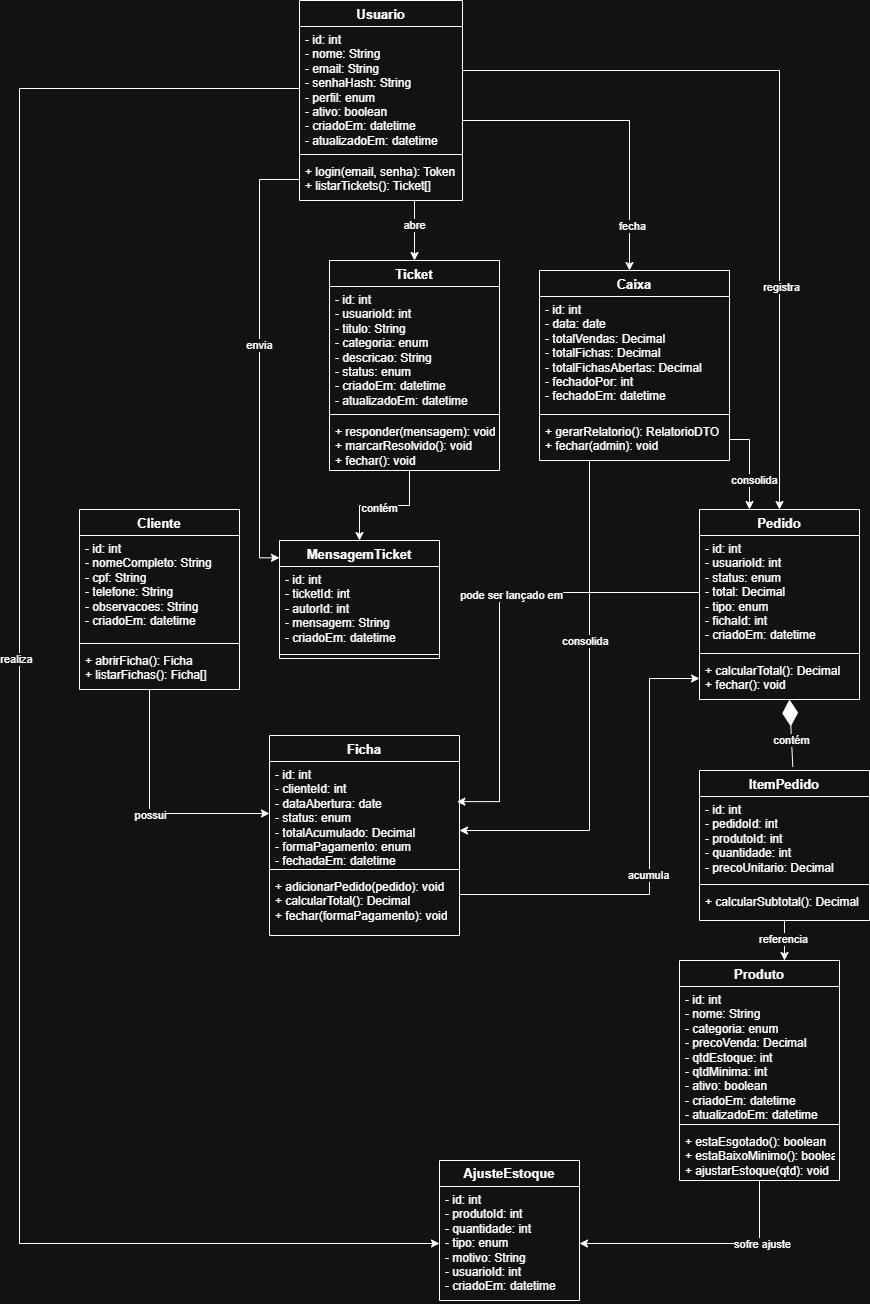
Kevinnc1227/CaixaFacil_Alvorada keeps this draw.io diagram as Diagrama_CaixaFacil_Alvorada.png. Above is the earlier version. Source tidied: cells renumbered, new cells last; positions are measured from the earlier drawing's top-left corner, leaving out a move shared by most shapes.
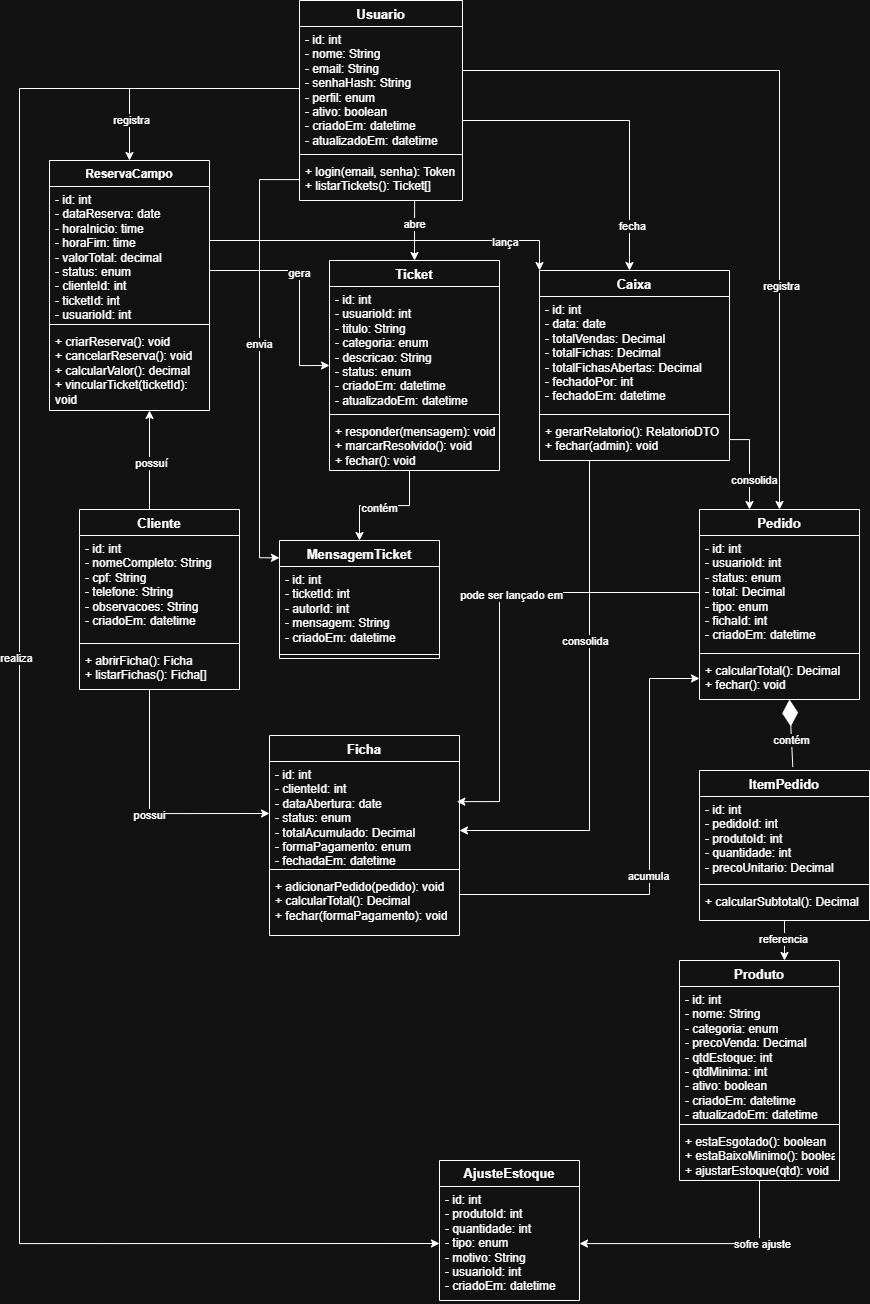
After the commit.

Commit message:
feat: implementa gestão de reservas de campo com integração de tickets e caixa

Change to the diagram source:
```diff
@@ -38,6 +38,16 @@
     <mxCell id="13" value="&lt;div&gt;&lt;span style=&quot;text-wrap-mode: nowrap;&quot;&gt;+ calcularTotal(): Decimal&lt;/span&gt;&lt;/div&gt;&lt;div&gt;&lt;span style=&quot;text-wrap-mode: nowrap;&quot;&gt;+ fechar(): void&lt;/span&gt;&lt;/div&gt;" style="text;strokeColor=none;fillColor=none;align=left;verticalAlign=top;spacingLeft=4;spacingRight=4;overflow=hidden;points=[[0,0.5],[1,0.5]];portConstraint=eastwest;whiteSpace=wrap;html=1;" parent="10" vertex="1">
       <mxGeometry y="148" width="160" height="42" as="geometry" />
     </mxCell>
+    <mxCell id="67" style="edgeStyle=orthogonalEdgeStyle;rounded=0;jettySize=auto;html=1;exitX=0.5;exitY=0;exitDx=0;exitDy=0;" parent="1" edge="1" source="14" target="72">
+      <mxGeometry relative="1" as="geometry">
+        <Array as="points">
+          <mxPoint x="130" y="509" />
+        </Array>
+      </mxGeometry>
+    </mxCell>
+    <mxCell id="68" value="possuí" style="edgeLabel;html=1;align=center;verticalAlign=middle;" parent="67" vertex="1">
+      <mxGeometry x="0.06" y="-1" relative="1" as="geometry" />
+    </mxCell>
     <mxCell id="14" value="&lt;span style=&quot;font-size: 13px; white-space: nowrap;&quot;&gt;Cliente&lt;/span&gt;" style="swimlane;fontStyle=1;align=center;verticalAlign=top;horizontal=1;startSize=26;whiteSpace=wrap;html=1;" parent="1" vertex="1">
       <mxGeometry x="60" y="509" width="160" height="180" as="geometry" />
     </mxCell>
@@ -265,5 +275,46 @@
         <mxPoint y="-12" as="offset" />
       </mxGeometry>
     </mxCell>
+    <mxCell id="69" value="ReservaCampo" style="swimlane;fontStyle=1;align=center;verticalAlign=top;horizontal=1;startSize=26;whiteSpace=wrap;html=1;" parent="1" vertex="1">
+      <mxGeometry x="30" y="160" width="160" height="250" as="geometry" />
+    </mxCell>
+    <mxCell id="70" value="- id: int&lt;br/&gt;- dataReserva: date&lt;br/&gt;- horaInicio: time&lt;br/&gt;- horaFim: time&lt;br/&gt;- valorTotal: decimal&lt;br/&gt;- status: enum&lt;br/&gt;- clienteId: int&lt;br/&gt;- ticketId: int&lt;br/&gt;- usuarioId: int" style="text;strokeColor=none;fillColor=none;align=left;verticalAlign=top;spacingLeft=4;spacingRight=4;overflow=hidden;points=[[0,0.5],[1,0.5]];portConstraint=eastwest;whiteSpace=wrap;html=1;" parent="69" vertex="1">
+      <mxGeometry y="26" width="160" height="134" as="geometry" />
+    </mxCell>
+    <mxCell id="71" style="line;strokeWidth=1;fillColor=none;align=left;verticalAlign=middle;spacingTop=-1;spacingLeft=3;spacingRight=3;labelPosition=right;strokeColor=inherit;" parent="69" vertex="1">
+      <mxGeometry y="160" width="160" height="8" as="geometry" />
+    </mxCell>
+    <mxCell id="72" value="&lt;div&gt;+ criarReserva(): void&lt;/div&gt;&lt;div&gt;+ cancelarReserva(): void&lt;/div&gt;&lt;div&gt;+ calcularValor(): decimal&lt;/div&gt;&lt;div&gt;+ vincularTicket(ticketId): void&lt;/div&gt;" style="text;strokeColor=none;fillColor=none;align=left;verticalAlign=top;spacingLeft=4;spacingRight=4;overflow=hidden;points=[[0,0.5],[1,0.5]];portConstraint=eastwest;whiteSpace=wrap;html=1;" parent="69" vertex="1">
+      <mxGeometry y="168" width="160" height="82" as="geometry" />
+    </mxCell>
+    <mxCell id="73" style="edgeStyle=orthogonalEdgeStyle;rounded=0;orthogonalLoop=1;jettySize=auto;html=1;entryX=0;entryY=0.5;entryDx=0;entryDy=0;" parent="1" edge="1">
+      <mxGeometry relative="1" as="geometry">
+        <mxPoint x="190" y="270" as="sourcePoint" />
+        <mxPoint x="310" y="365" as="targetPoint" />
+        <Array as="points">
+          <mxPoint x="280" y="270" />
+          <mxPoint x="280" y="365" />
+        </Array>
+      </mxGeometry>
+    </mxCell>
+    <mxCell id="74" value="gera" style="edgeLabel;html=1;align=center;verticalAlign=middle;" parent="73" vertex="1">
+      <mxGeometry x="-0.14" y="-1" relative="1" as="geometry" />
+    </mxCell>
+    <mxCell id="75" style="edgeStyle=orthogonalEdgeStyle;rounded=0;jettySize=auto;html=1;entryX=0;entryY=0;entryDx=0;entryDy=0;" parent="1" edge="1" source="70" target="30">
+      <mxGeometry relative="1" as="geometry">
+        <Array as="points">
+          <mxPoint x="520" y="240" />
+        </Array>
+      </mxGeometry>
+    </mxCell>
+    <mxCell id="76" value="lança" style="edgeLabel;html=1;align=center;verticalAlign=middle;" parent="75" vertex="1">
+      <mxGeometry x="0.64" y="-1" relative="1" as="geometry" />
+    </mxCell>
+    <mxCell id="77" style="edgeStyle=orthogonalEdgeStyle;rounded=0;jettySize=auto;html=1;entryX=0.5;entryY=0;entryDx=0;entryDy=0;" parent="1" edge="1" source="3" target="69">
+      <mxGeometry relative="1" as="geometry" />
+    </mxCell>
+    <mxCell id="78" value="registra" style="edgeLabel;html=1;align=center;verticalAlign=middle;" parent="77" vertex="1">
+      <mxGeometry x="0.66" y="1" relative="1" as="geometry" />
+    </mxCell>
   </root>
 </mxGraphModel>
```
